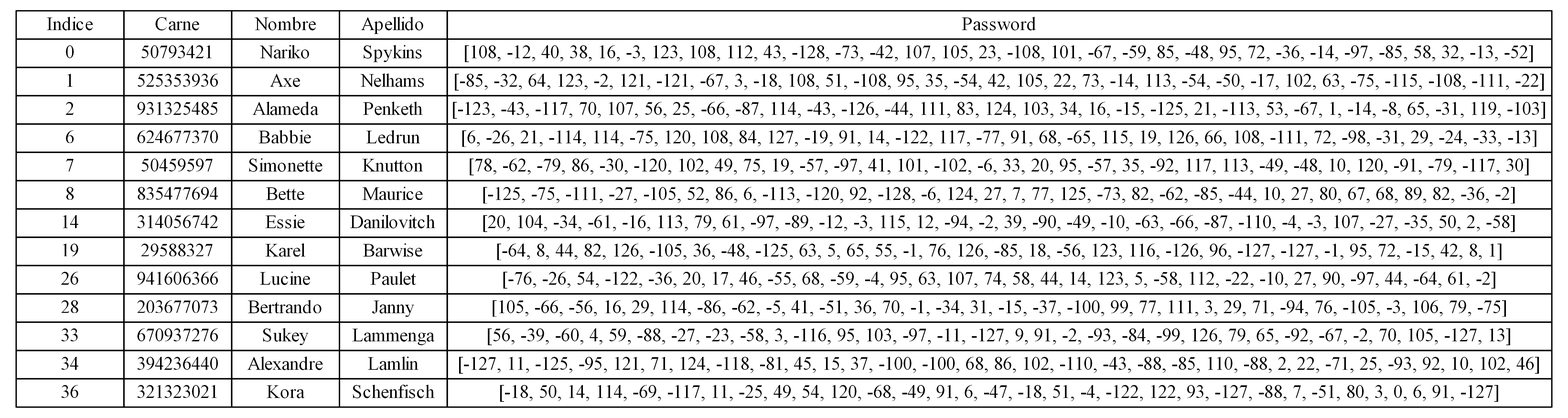
Above: hash.png in montherbasir/EDD_DIC_2019_PY2_201807120 (Graphviz), before the change. Its source is kept beside it as hash.dot.
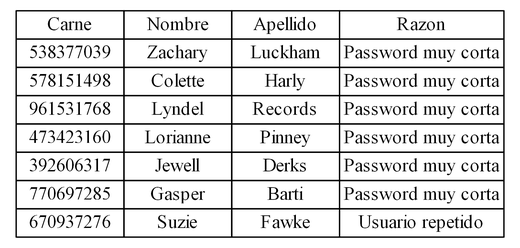
The same diagram one commit later.

What changed in the source:
```diff
@@ -7,96 +7,47 @@
     [
         shape = none
         label = <<table border="0" cellspacing="0">
-        <tr><td border="1" width="80">Indice</td>        <td border="1" width="80">Carne</td>        <td border="1" width="80">Nombre</td>        <td border="1" width="80">Apellido</td>        <td border="1" width="80">Password</td>        </tr>      <tr>
-<td border="1" width="80">0</td>
-      <td border="1" width="80">50793421</td>
-      <td border="1" width="80">Nariko</td>
-      <td border="1" width="80">Spykins</td>
-      <td border="1" width="80">[108, -12, 40, 38, 16, -3, 123, 108, 112, 43, -128, -73, -42, 107, 105, 23, -108, 101, -67, -59, 85, -48, 95, 72, -36, -14, -97, -85, 58, 32, -13, -52]</td>
+        <tr>        <td border="1" width="80">Carne</td>        <td border="1" width="80">Nombre</td>        <td border="1" width="80">Apellido</td>        <td border="1" width="80">Razon</td>        </tr>      <tr>
+<td border="1" width="80">538377039</td>
+      <td border="1" width="80">Zachary</td>
+      <td border="1" width="80">Luckham</td>
+      <td border="1" width="80">Password muy corta</td>
 </tr>
       <tr>
-<td border="1" width="80">1</td>
-      <td border="1" width="80">525353936</td>
-      <td border="1" width="80">Axe</td>
-      <td border="1" width="80">Nelhams</td>
-      <td border="1" width="80">[-85, -32, 64, 123, -2, 121, -121, -67, 3, -18, 108, 51, -108, 95, 35, -54, 42, 105, 22, 73, -14, 113, -54, -50, -17, 102, 63, -75, -115, -108, -111, -22]</td>
+<td border="1" width="80">578151498</td>
+      <td border="1" width="80">Colette</td>
+      <td border="1" width="80">Harly</td>
+      <td border="1" width="80">Password muy corta</td>
 </tr>
       <tr>
-<td border="1" width="80">2</td>
-      <td border="1" width="80">931325485</td>
-      <td border="1" width="80">Alameda</td>
-      <td border="1" width="80">Penketh</td>
-      <td border="1" width="80">[-123, -43, -117, 70, 107, 56, 25, -66, -87, 114, -43, -126, -44, 111, 83, 124, 103, 34, 16, -15, -125, 21, -113, 53, -67, 1, -14, -8, 65, -31, 119, -103]</td>
+<td border="1" width="80">961531768</td>
+      <td border="1" width="80">Lyndel</td>
+      <td border="1" width="80">Records</td>
+      <td border="1" width="80">Password muy corta</td>
 </tr>
       <tr>
-<td border="1" width="80">6</td>
-      <td border="1" width="80">624677370</td>
-      <td border="1" width="80">Babbie</td>
-      <td border="1" width="80">Ledrun</td>
-      <td border="1" width="80">[6, -26, 21, -114, 114, -75, 120, 108, 84, 127, -19, 91, 14, -122, 117, -77, 91, 68, -65, 115, 19, 126, 66, 108, -111, 72, -98, -31, 29, -24, -33, -13]</td>
+<td border="1" width="80">473423160</td>
+      <td border="1" width="80">Lorianne</td>
+      <td border="1" width="80">Pinney</td>
+      <td border="1" width="80">Password muy corta</td>
 </tr>
       <tr>
-<td border="1" width="80">7</td>
-      <td border="1" width="80">50459597</td>
-      <td border="1" width="80">Simonette</td>
-      <td border="1" width="80">Knutton</td>
-      <td border="1" width="80">[78, -62, -79, 86, -30, -120, 102, 49, 75, 19, -57, -97, 41, 101, -102, -6, 33, 20, 95, -57, 35, -92, 117, 113, -49, -48, 10, 120, -91, -79, -117, 30]</td>
+<td border="1" width="80">392606317</td>
+      <td border="1" width="80">Jewell</td>
+      <td border="1" width="80">Derks</td>
+      <td border="1" width="80">Password muy corta</td>
 </tr>
       <tr>
-<td border="1" width="80">8</td>
-      <td border="1" width="80">835477694</td>
-      <td border="1" width="80">Bette</td>
-      <td border="1" width="80">Maurice</td>
-      <td border="1" width="80">[-125, -75, -111, -27, -105, 52, 86, 6, -113, -120, 92, -128, -6, 124, 27, 7, 77, 125, -73, 82, -62, -85, -44, 10, 27, 80, 67, 68, 89, 82, -36, -2]</td>
+<td border="1" width="80">770697285</td>
+      <td border="1" width="80">Gasper</td>
+      <td border="1" width="80">Barti</td>
+      <td border="1" width="80">Password muy corta</td>
 </tr>
       <tr>
-<td border="1" width="80">14</td>
-      <td border="1" width="80">314056742</td>
-      <td border="1" width="80">Essie</td>
-      <td border="1" width="80">Danilovitch</td>
-      <td border="1" width="80">[20, 104, -34, -61, -16, 113, 79, 61, -97, -89, -12, -3, 115, 12, -94, -2, 39, -90, -49, -10, -63, -66, -87, -110, -4, -3, 107, -27, -35, 50, 2, -58]</td>
-</tr>
-      <tr>
-<td border="1" width="80">19</td>
-      <td border="1" width="80">29588327</td>
-      <td border="1" width="80">Karel</td>
-      <td border="1" width="80">Barwise</td>
-      <td border="1" width="80">[-64, 8, 44, 82, 126, -105, 36, -48, -125, 63, 5, 65, 55, -1, 76, 126, -85, 18, -56, 123, 116, -126, 96, -127, -127, -1, 95, 72, -15, 42, 8, 1]</td>
-</tr>
-      <tr>
-<td border="1" width="80">26</td>
-      <td border="1" width="80">941606366</td>
-      <td border="1" width="80">Lucine</td>
-      <td border="1" width="80">Paulet</td>
-      <td border="1" width="80">[-76, -26, 54, -122, -36, 20, 17, 46, -55, 68, -59, -4, 95, 63, 107, 74, 58, 44, 14, 123, 5, -58, 112, -22, -10, 27, 90, -97, 44, -64, 61, -2]</td>
-</tr>
-      <tr>
-<td border="1" width="80">28</td>
-      <td border="1" width="80">203677073</td>
-      <td border="1" width="80">Bertrando</td>
-      <td border="1" width="80">Janny</td>
-      <td border="1" width="80">[105, -66, -56, 16, 29, 114, -86, -62, -5, 41, -51, 36, 70, -1, -34, 31, -15, -37, -100, 99, 77, 111, 3, 29, 71, -94, 76, -105, -3, 106, 79, -75]</td>
-</tr>
-      <tr>
-<td border="1" width="80">33</td>
-      <td border="1" width="80">670937276</td>
-      <td border="1" width="80">Sukey</td>
-      <td border="1" width="80">Lammenga</td>
-      <td border="1" width="80">[56, -39, -60, 4, 59, -88, -27, -23, -58, 3, -116, 95, 103, -97, -11, -127, 9, 91, -2, -93, -84, -99, 126, 79, 65, -92, -67, -2, 70, 105, -127, 13]</td>
-</tr>
-      <tr>
-<td border="1" width="80">34</td>
-      <td border="1" width="80">394236440</td>
-      <td border="1" width="80">Alexandre</td>
-      <td border="1" width="80">Lamlin</td>
-      <td border="1" width="80">[-127, 11, -125, -95, 121, 71, 124, -118, -81, 45, 15, 37, -100, -100, 68, 86, 102, -110, -43, -88, -85, 110, -88, 2, 22, -71, 25, -93, 92, 10, 102, 46]</td>
-</tr>
-      <tr>
-<td border="1" width="80">36</td>
-      <td border="1" width="80">321323021</td>
-      <td border="1" width="80">Kora</td>
-      <td border="1" width="80">Schenfisch</td>
-      <td border="1" width="80">[-18, 50, 14, 114, -69, -117, 11, -25, 49, 54, 120, -68, -49, 91, 6, -47, -18, 51, -4, -122, 122, 93, -127, -88, 7, -51, 80, 3, 0, 6, 91, -127]</td>
+<td border="1" width="80">670937276</td>
+      <td border="1" width="80">Suzie</td>
+      <td border="1" width="80">Fawke</td>
+      <td border="1" width="80">Usuario repetido</td>
 </tr>
                 </table>>
     ]
```
